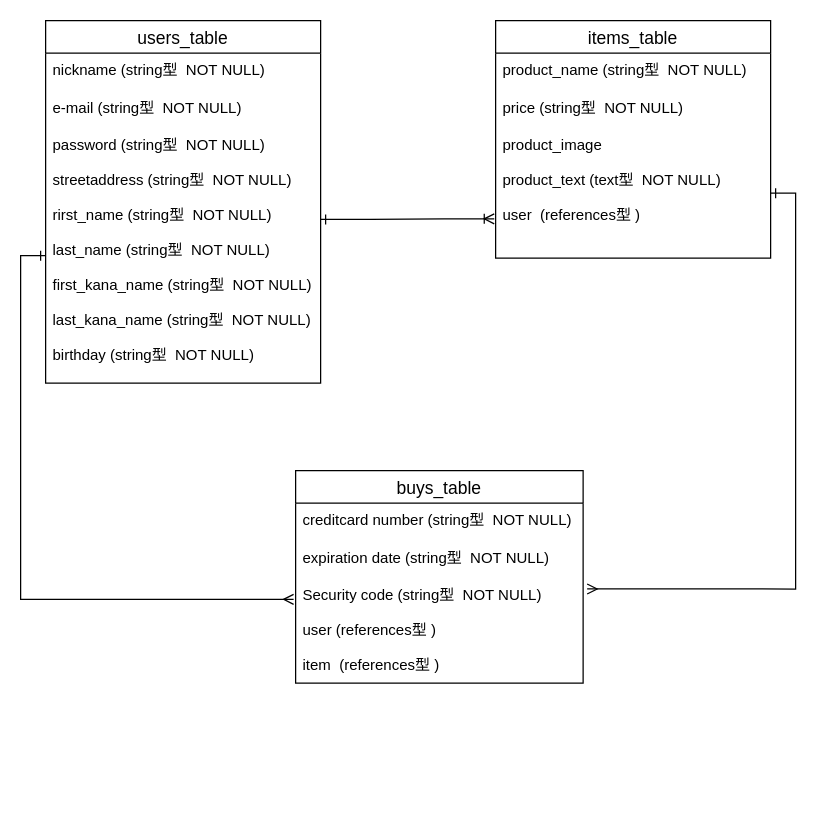
This is furima_data1.dio from ko25252929/furima-33534, a draw.io file, before an edit. Source tidied: cells renumbered, new cells numbered last; positions are measured from the earlier drawing's top-left corner, leaving out a move shared by most shapes. Both pictures are drawn from the tidied source at 125%, with x=0, y=0 at pixel (45, 20).
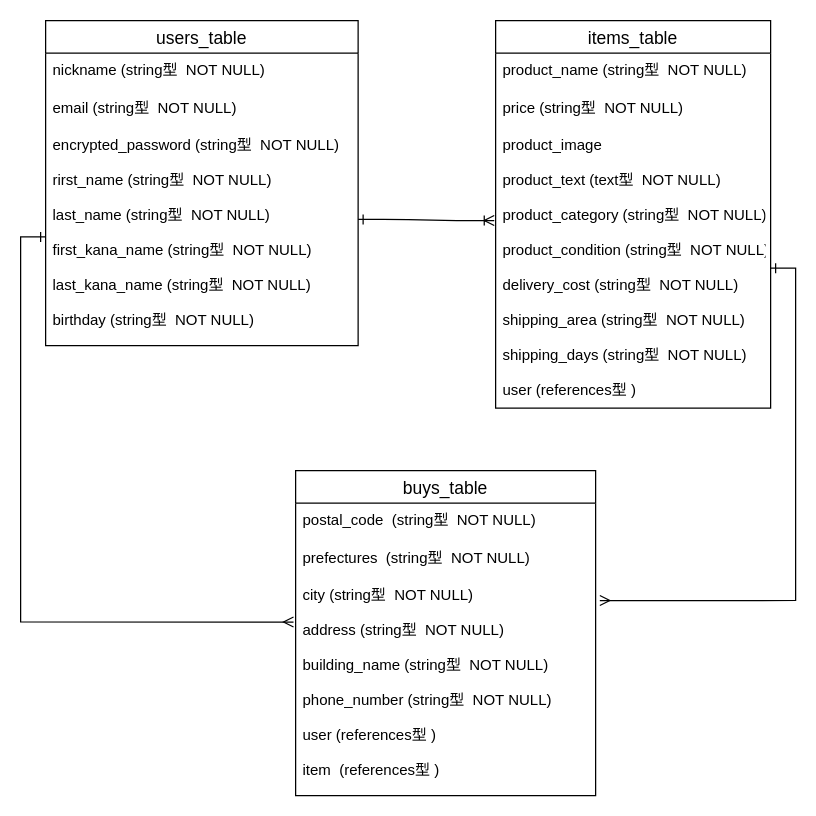
The same page after the edit.

Diff of the diagram source:
```diff
@@
 <mxGraphModel>
   <root>
     <mxCell id="0" />
     <mxCell id="1" parent="0" />
     <mxCell id="2" value="users_table" style="swimlane;fontStyle=0;horizontal=1;startSize=26;align=center;fontSize=14;labelBackgroundColor=none;" parent="1" vertex="1">
-      <mxGeometry width="220" height="290" as="geometry" />
+      <mxGeometry width="250" height="260" as="geometry" />
     </mxCell>
     <mxCell id="3" value="nickname (string型  NOT NULL)" style="text;spacingLeft=4;spacingRight=4;overflow=hidden;fontSize=12;labelBackgroundColor=none;" parent="2" vertex="1">
-      <mxGeometry y="26" width="220" height="30" as="geometry" />
+      <mxGeometry y="26" width="250" height="30" as="geometry" />
     </mxCell>
-    <mxCell id="4" value="e-mail (string型  NOT NULL)" style="text;fillColor=none;spacingLeft=4;spacingRight=4;overflow=hidden;fontSize=12;labelBackgroundColor=none;" parent="2" vertex="1">
-      <mxGeometry y="56" width="220" height="30" as="geometry" />
+    <mxCell id="4" value="email (string型  NOT NULL)" style="text;fillColor=none;spacingLeft=4;spacingRight=4;overflow=hidden;fontSize=12;labelBackgroundColor=none;" parent="2" vertex="1">
+      <mxGeometry y="56" width="250" height="30" as="geometry" />
     </mxCell>
-    <mxCell id="5" value="password (string型  NOT NULL)&#10;&#10;streetaddress (string型  NOT NULL)&#10;&#10;rirst_name (string型  NOT NULL)&#10;&#10;last_name (string型  NOT NULL)&#10;&#10;first_kana_name (string型  NOT NULL)&#10;&#10;last_kana_name (string型  NOT NULL)&#10;&#10;birthday (string型  NOT NULL)" style="text;strokeColor=none;fillColor=none;spacingLeft=4;spacingRight=4;overflow=hidden;points=[[0,0.5],[1,0.5]];portConstraint=eastwest;fontSize=12;labelBackgroundColor=none;" parent="2" vertex="1">
-      <mxGeometry y="86" width="220" height="204" as="geometry" />
+    <mxCell id="5" value="encrypted_password (string型  NOT NULL)&#10;&#10;rirst_name (string型  NOT NULL)&#10;&#10;last_name (string型  NOT NULL)&#10;&#10;first_kana_name (string型  NOT NULL)&#10;&#10;last_kana_name (string型  NOT NULL)&#10;&#10;birthday (string型  NOT NULL)" style="text;strokeColor=none;fillColor=none;spacingLeft=4;spacingRight=4;overflow=hidden;points=[[0,0.5],[1,0.5]];portConstraint=eastwest;fontSize=12;labelBackgroundColor=none;" parent="2" vertex="1">
+      <mxGeometry y="86" width="250" height="174" as="geometry" />
     </mxCell>
     <mxCell id="6" value="items_table" style="swimlane;fontStyle=0;horizontal=1;startSize=26;align=center;fontSize=14;" parent="1" vertex="1">
-      <mxGeometry x="360" width="220" height="190" as="geometry" />
+      <mxGeometry x="360" width="220" height="310" as="geometry" />
     </mxCell>
     <mxCell id="7" value="product_name (string型  NOT NULL)" style="text;strokeColor=none;fillColor=none;spacingLeft=4;spacingRight=4;overflow=hidden;fontSize=12;" parent="6" vertex="1">
       <mxGeometry y="26" width="220" height="30" as="geometry" />
     </mxCell>
     <mxCell id="8" value="price (string型  NOT NULL)" style="text;strokeColor=none;fillColor=none;spacingLeft=4;spacingRight=4;overflow=hidden;fontSize=12;" parent="6" vertex="1">
       <mxGeometry y="56" width="220" height="30" as="geometry" />
     </mxCell>
-    <mxCell id="9" value="product_image&#10;&#10;product_text (text型  NOT NULL)&#10;&#10;user  (references型 )&#10;&#10;" style="text;strokeColor=none;fillColor=none;spacingLeft=4;spacingRight=4;overflow=hidden;points=[[0,0.5],[1,0.5]];portConstraint=eastwest;fontSize=12;" parent="6" vertex="1">
-      <mxGeometry y="86" width="220" height="104" as="geometry" />
+    <mxCell id="9" value="product_image&#10;&#10;product_text (text型  NOT NULL)&#10;&#10;product_category (string型  NOT NULL)&#10;&#10;product_condition (string型  NOT NULL)&#10;&#10;delivery_cost (string型  NOT NULL)&#10;&#10;shipping_area (string型  NOT NULL)&#10;&#10;shipping_days (string型  NOT NULL)&#10;&#10;user (references型 )&#10;&#10;" style="text;strokeColor=none;fillColor=none;spacingLeft=4;spacingRight=4;overflow=hidden;points=[[0,0.5],[1,0.5]];portConstraint=eastwest;fontSize=12;" parent="6" vertex="1">
+      <mxGeometry y="86" width="220" height="224" as="geometry" />
     </mxCell>
     <mxCell id="10" value="buys_table" style="swimlane;fontStyle=0;horizontal=1;startSize=26;align=center;fontSize=14;" parent="1" vertex="1">
-      <mxGeometry x="200" y="360" width="230" height="170" as="geometry" />
+      <mxGeometry x="200" y="360" width="240" height="260" as="geometry" />
     </mxCell>
-    <mxCell id="11" value="creditcard number (string型  NOT NULL)" style="text;strokeColor=none;fillColor=none;spacingLeft=4;spacingRight=4;overflow=hidden;fontSize=12;" parent="10" vertex="1">
-      <mxGeometry y="26" width="230" height="30" as="geometry" />
+    <mxCell id="11" value="postal_code  (string型  NOT NULL)" style="text;strokeColor=none;fillColor=none;spacingLeft=4;spacingRight=4;overflow=hidden;fontSize=12;" parent="10" vertex="1">
+      <mxGeometry y="26" width="240" height="30" as="geometry" />
     </mxCell>
-    <mxCell id="12" value="expiration date (string型  NOT NULL)" style="text;strokeColor=none;fillColor=none;spacingLeft=4;spacingRight=4;overflow=hidden;fontSize=12;" parent="10" vertex="1">
-      <mxGeometry y="56" width="230" height="30" as="geometry" />
+    <mxCell id="12" value="prefectures  (string型  NOT NULL)" style="text;strokeColor=none;fillColor=none;spacingLeft=4;spacingRight=4;overflow=hidden;fontSize=12;" parent="10" vertex="1">
+      <mxGeometry y="56" width="240" height="30" as="geometry" />
     </mxCell>
-    <mxCell id="13" value="Security code (string型  NOT NULL)&#10;&#10;user (references型 )&#10;&#10;item  (references型 )" style="text;strokeColor=none;fillColor=none;spacingLeft=4;spacingRight=4;overflow=hidden;points=[[0,0.5],[1,0.5]];portConstraint=eastwest;fontSize=12;" parent="10" vertex="1">
-      <mxGeometry y="86" width="230" height="84" as="geometry" />
+    <mxCell id="13" value="city (string型  NOT NULL)&#10;&#10;address (string型  NOT NULL)&#10;&#10;building_name (string型  NOT NULL)&#10;&#10;phone_number (string型  NOT NULL)&#10;&#10;user (references型 )&#10;&#10;item  (references型 )" style="text;strokeColor=none;fillColor=none;spacingLeft=4;spacingRight=4;overflow=hidden;points=[[0,0.5],[1,0.5]];portConstraint=eastwest;fontSize=12;" parent="10" vertex="1">
+      <mxGeometry y="86" width="240" height="174" as="geometry" />
     </mxCell>
-    <mxCell id="14" style="edgeStyle=entityRelationEdgeStyle;fontSize=12;html=1;endArrow=ERoneToMany;startArrow=ERone;entryX=-0.005;entryY=0.698;entryDx=0;entryDy=0;entryPerimeter=0;startFill=0;" parent="1" edge="1" target="9">
+    <mxCell id="14" style="edgeStyle=entityRelationEdgeStyle;fontSize=12;html=1;endArrow=ERoneToMany;startArrow=ERone;entryX=-0.005;entryY=0.33;entryDx=0;entryDy=0;startFill=0;entryPerimeter=0;" parent="1" edge="1" target="9">
       <mxGeometry relative="1" as="geometry">
-        <mxPoint x="220" y="159" as="sourcePoint" />
+        <mxPoint x="250" y="159" as="sourcePoint" />
       </mxGeometry>
     </mxCell>
     <mxCell id="15" style="edgeStyle=orthogonalEdgeStyle;rounded=0;jettySize=auto;html=1;exitX=1;exitY=0.5;exitDx=0;exitDy=0;entryX=1.014;entryY=0.103;entryDx=0;entryDy=0;entryPerimeter=0;endArrow=ERmany;endFill=0;startArrow=ERone;startFill=0;" parent="1" edge="1" source="9" target="13">
       <mxGeometry relative="1" as="geometry" />
     </mxCell>
     <mxCell id="16" style="edgeStyle=orthogonalEdgeStyle;rounded=0;jettySize=auto;html=1;exitX=0;exitY=0.5;exitDx=0;exitDy=0;startArrow=ERone;startFill=0;endArrow=ERmany;endFill=0;entryX=-0.007;entryY=0.202;entryDx=0;entryDy=0;entryPerimeter=0;" parent="1" edge="1" source="5" target="13">
       <mxGeometry relative="1" as="geometry" />
     </mxCell>
   </root>
 </mxGraphModel>
```
